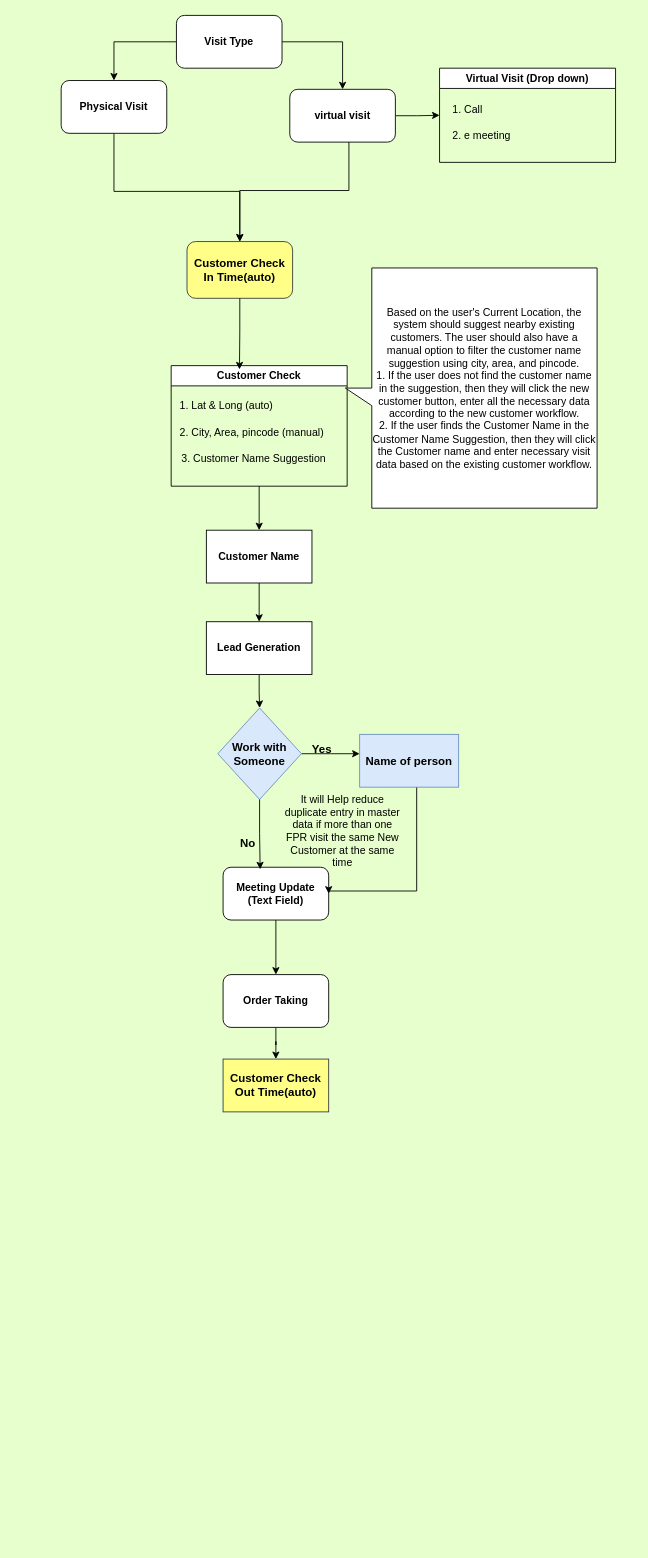
SBOSE550/Customer-Visit-Data-Collection-Form keeps this draw.io diagram as page "Visit Capture" (6 of 8) of customer visit workflow.drawio. Above is the earlier version. Source tidied: cells renumbered, new cells numbered last; positions are measured from the earlier drawing's top-left corner, leaving out a move shared by most shapes. Both pictures are drawn from the tidied source at 88%, with x=0, y=0 at pixel (61, 15).
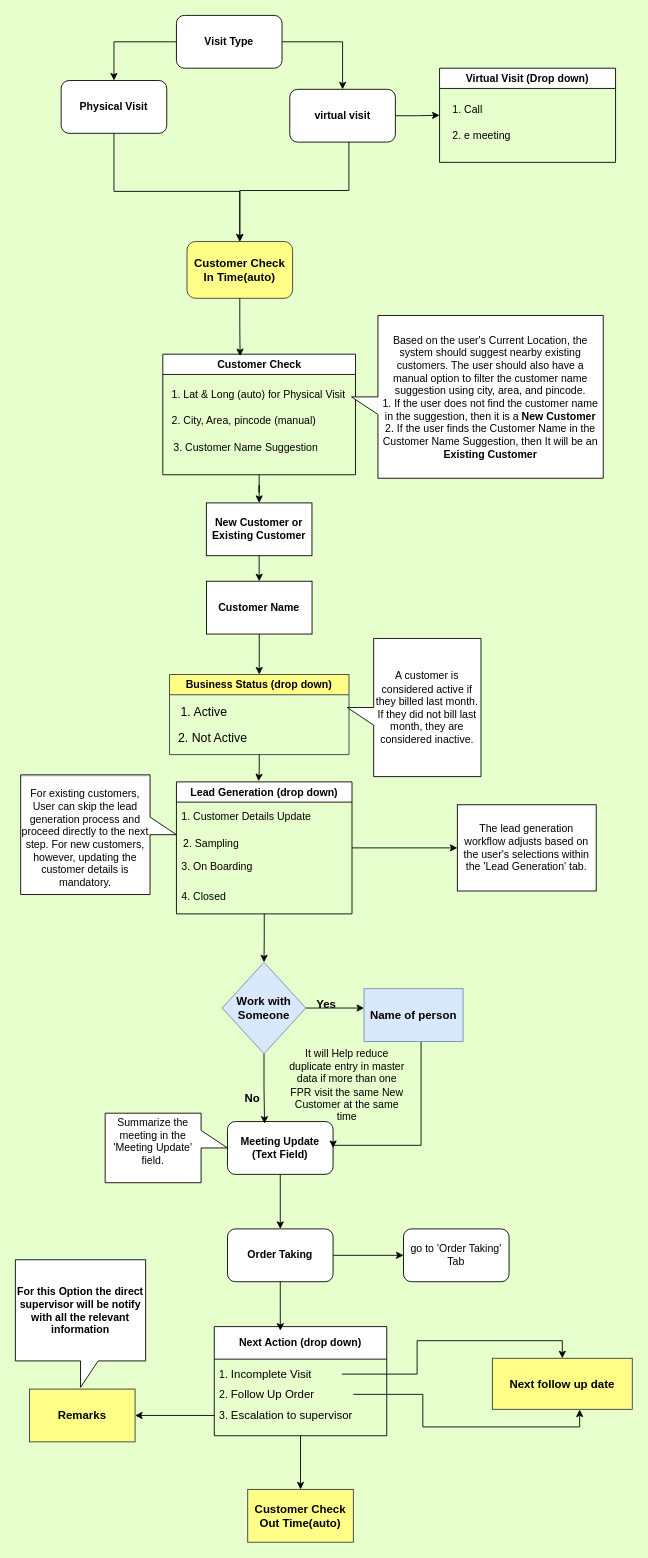
After the change.

Unchanged cells that the change refers to:
```xml
<mxCell id="23" value="Customer Check In Time(auto)" style="whiteSpace=wrap;html=1;rounded=1;fontSize=13;fontStyle=1;fillColor=#ffff88;strokeColor=#36393d;" parent="1" vertex="1">
  <mxGeometry x="143" y="257" width="120" height="64.5" as="geometry" />
</mxCell>
```

Change to the diagram source:
```diff
@@
-    <mxCell id="10" style="edgeStyle=orthogonalEdgeStyle;rounded=0;jettySize=auto;html=1;" parent="1" edge="1" source="11" target="13">
-      <mxGeometry relative="1" as="geometry" />
-    </mxCell>
-    <mxCell id="11" value="Meeting Update (Text Field)" style="rounded=1;whiteSpace=wrap;html=1;fontStyle=1;" parent="1" vertex="1">
-      <mxGeometry x="184" y="968" width="120" height="60" as="geometry" />
-    </mxCell>
-    <mxCell id="12" style="edgeStyle=orthogonalEdgeStyle;rounded=0;jettySize=auto;html=1;" parent="1" edge="1" source="13" target="32">
-      <mxGeometry relative="1" as="geometry" />
-    </mxCell>
-    <mxCell id="13" value="Order Taking" style="rounded=1;whiteSpace=wrap;html=1;fontStyle=1;" parent="1" vertex="1">
-      <mxGeometry x="184" y="1090" width="120" height="60" as="geometry" />
-    </mxCell>
@@
-    <mxCell id="17" style="edgeStyle=orthogonalEdgeStyle;rounded=0;jettySize=auto;html=1;" parent="1" edge="1" source="18" target="35">
-      <mxGeometry relative="1" as="geometry" />
-    </mxCell>
+    <mxCell id="38" style="edgeStyle=orthogonalEdgeStyle;rounded=0;jettySize=auto;html=1;" parent="1" edge="1" source="18" target="60">
+      <mxGeometry relative="1" as="geometry" />
+    </mxCell>
     <mxCell id="18" value="Customer Check" style="swimlane;whiteSpace=wrap;html=1;" parent="1" vertex="1">
-      <mxGeometry x="125" y="398" width="200" height="137" as="geometry" />
+      <mxGeometry x="115.5" y="385" width="219" height="137" as="geometry" />
     </mxCell>
-    <mxCell id="19" value="1. Lat &amp;amp; Long (auto)" style="text;strokeColor=none;fillColor=none;align=left;verticalAlign=middle;spacingLeft=4;spacingRight=4;overflow=hidden;whiteSpace=wrap;html=1;" parent="18" vertex="1">
-      <mxGeometry x="4" y="31" width="133" height="30" as="geometry" />
+    <mxCell id="19" value="1. Lat &amp;amp; Long (auto) for Physical Visit" style="text;strokeColor=none;fillColor=none;align=left;verticalAlign=middle;spacingLeft=4;spacingRight=4;overflow=hidden;whiteSpace=wrap;html=1;" parent="18" vertex="1">
+      <mxGeometry x="4" y="31" width="231" height="30" as="geometry" />
     </mxCell>
@@
-    <mxCell id="22" value="Based on the user's Current Location, the system should suggest nearby existing customers. The user should also have a manual option to filter the customer name suggestion using city, area, and pincode. &lt;br&gt;1. If the user does not find the customer name in the suggestion, then they will click the new customer button, enter all the necessary data according to the new customer workflow.&lt;div&gt;2. If the user finds the Customer Name in the Customer Name Suggestion, then they will click the Customer name and enter necessary visit data based on the existing customer workflow.&lt;/div&gt;" style="shape=callout;whiteSpace=wrap;html=1;perimeter=calloutPerimeter;direction=south;" parent="1" vertex="1">
-      <mxGeometry x="323" y="287" width="286" height="273" as="geometry" />
+    <mxCell id="22" value="Based on the user's Current Location, the system should suggest nearby existing customers. The user should also have a manual option to filter the customer name suggestion using city, area, and pincode. &lt;br&gt;1. If the user does not find the customer name in the suggestion, then it is a &lt;b&gt;New Customer&lt;/b&gt;&lt;div&gt;2. If the user finds the Customer Name in the Customer Name Suggestion, then It will be an &lt;b&gt;Existing Customer&lt;/b&gt;&lt;/div&gt;" style="shape=callout;whiteSpace=wrap;html=1;perimeter=calloutPerimeter;direction=south;" parent="1" vertex="1">
+      <mxGeometry x="330" y="341" width="286" height="185" as="geometry" />
     </mxCell>
@@
-    <mxCell id="24" style="edgeStyle=orthogonalEdgeStyle;rounded=0;jettySize=auto;html=1;entryX=0.388;entryY=0.031;entryDx=0;entryDy=0;entryPerimeter=0;" parent="1" edge="1" source="23" target="18">
-      <mxGeometry relative="1" as="geometry" />
-    </mxCell>
-    <mxCell id="25" style="edgeStyle=orthogonalEdgeStyle;rounded=0;jettySize=auto;html=1;" parent="1" edge="1" source="26">
-      <mxGeometry relative="1" as="geometry">
-        <mxPoint x="339.2" y="839" as="targetPoint" />
-      </mxGeometry>
-    </mxCell>
+    <mxCell id="39" style="edgeStyle=orthogonalEdgeStyle;rounded=0;jettySize=auto;html=1;" parent="1" edge="1" source="35" target="56">
+      <mxGeometry relative="1" as="geometry" />
+    </mxCell>
+    <mxCell id="35" value="Customer Name" style="whiteSpace=wrap;html=1;fontStyle=1;startSize=23;" parent="1" vertex="1">
+      <mxGeometry x="165.1" y="643" width="120" height="60" as="geometry" />
+    </mxCell>
+    <mxCell id="40" value="A customer is considered active if they billed last month. If they did not bill last month, they are considered inactive." style="shape=callout;whiteSpace=wrap;html=1;perimeter=calloutPerimeter;direction=south;" parent="1" vertex="1">
+      <mxGeometry x="325.1" y="708" width="152" height="157" as="geometry" />
+    </mxCell>
+    <mxCell id="10" style="edgeStyle=orthogonalEdgeStyle;rounded=0;jettySize=auto;html=1;" parent="1" edge="1" source="11" target="13">
+      <mxGeometry relative="1" as="geometry" />
+    </mxCell>
+    <mxCell id="11" value="Meeting Update (Text Field)" style="rounded=1;whiteSpace=wrap;html=1;fontStyle=1;" parent="1" vertex="1">
+      <mxGeometry x="189" y="1257" width="120" height="60" as="geometry" />
+    </mxCell>
+    <mxCell id="41" style="edgeStyle=orthogonalEdgeStyle;rounded=0;jettySize=auto;html=1;" parent="1" edge="1" source="13" target="72">
+      <mxGeometry relative="1" as="geometry" />
+    </mxCell>
+    <mxCell id="13" value="Order Taking" style="rounded=1;whiteSpace=wrap;html=1;fontStyle=1;" parent="1" vertex="1">
+      <mxGeometry x="189" y="1379" width="120" height="60" as="geometry" />
+    </mxCell>
+    <mxCell id="42" style="edgeStyle=orthogonalEdgeStyle;rounded=0;jettySize=auto;html=1;" parent="1" edge="1" source="26">
+      <mxGeometry relative="1" as="geometry">
+        <mxPoint x="344.2" y="1128" as="targetPoint" />
+      </mxGeometry>
+    </mxCell>
     <mxCell id="26" value="Work with Someone" style="rhombus;whiteSpace=wrap;html=1;fontSize=13;fillColor=#dae8fc;strokeColor=#6c8ebf;fontStyle=1;" parent="1" vertex="1">
-      <mxGeometry x="178" y="787" width="95" height="104" as="geometry" />
+      <mxGeometry x="183" y="1076" width="95" height="104" as="geometry" />
     </mxCell>
-    <mxCell id="27" style="edgeStyle=orthogonalEdgeStyle;rounded=0;jettySize=auto;html=1;entryX=1;entryY=0.5;entryDx=0;entryDy=0;" parent="1" edge="1" target="11">
-      <mxGeometry relative="1" as="geometry">
-        <mxPoint x="404" y="869" as="sourcePoint" />
-        <Array as="points">
-          <mxPoint x="404" y="995" />
-          <mxPoint x="304" y="995" />
-        </Array>
-      </mxGeometry>
-    </mxCell>
+    <mxCell id="43" style="edgeStyle=orthogonalEdgeStyle;rounded=0;jettySize=auto;html=1;entryX=1;entryY=0.5;entryDx=0;entryDy=0;" parent="1" edge="1" target="11">
+      <mxGeometry relative="1" as="geometry">
+        <mxPoint x="409" y="1158" as="sourcePoint" />
+        <Array as="points">
+          <mxPoint x="409" y="1284" />
+          <mxPoint x="309" y="1284" />
+        </Array>
+      </mxGeometry>
+    </mxCell>
     <mxCell id="28" value="Name of person" style="whiteSpace=wrap;html=1;fontSize=13;fillColor=#dae8fc;strokeColor=#6c8ebf;fontStyle=1;" parent="1" vertex="1">
-      <mxGeometry x="339.2" y="817" width="112.5" height="60" as="geometry" />
+      <mxGeometry x="344.2" y="1106" width="112.5" height="60" as="geometry" />
     </mxCell>
     <mxCell id="29" value="&lt;b&gt;&lt;font style=&quot;font-size: 13px;&quot;&gt;Yes&lt;/font&gt;&lt;/b&gt;" style="text;html=1;align=center;verticalAlign=middle;strokeColor=none;fillColor=none;" parent="1" vertex="1">
-      <mxGeometry x="275.8" y="820" width="40" height="28" as="geometry" />
+      <mxGeometry x="280.8" y="1109" width="40" height="28" as="geometry" />
     </mxCell>
     <mxCell id="30" value="&lt;b&gt;&lt;font style=&quot;font-size: 13px;&quot;&gt;No&lt;/font&gt;&lt;/b&gt;" style="text;html=1;align=center;verticalAlign=middle;strokeColor=none;fillColor=none;" parent="1" vertex="1">
-      <mxGeometry x="194.5" y="927" width="35" height="28" as="geometry" />
+      <mxGeometry x="199.5" y="1216" width="35" height="28" as="geometry" />
     </mxCell>
     <mxCell id="31" value="It will Help reduce duplicate entry in master data if more than one FPR visit the same New Customer at the same time" style="text;html=1;align=center;verticalAlign=middle;whiteSpace=wrap;rounded=0;" parent="1" vertex="1">
-      <mxGeometry x="251" y="888" width="138.2" height="77" as="geometry" />
+      <mxGeometry x="256" y="1177" width="138.2" height="77" as="geometry" />
     </mxCell>
+    <mxCell id="33" style="edgeStyle=orthogonalEdgeStyle;rounded=0;jettySize=auto;html=1;entryX=0.351;entryY=0.039;entryDx=0;entryDy=0;entryPerimeter=0;" parent="1" edge="1" source="26" target="11">
+      <mxGeometry relative="1" as="geometry" />
+    </mxCell>
+    <mxCell id="44" style="edgeStyle=orthogonalEdgeStyle;rounded=0;jettySize=auto;html=1;" parent="1" edge="1" source="45" target="32">
+      <mxGeometry relative="1" as="geometry" />
+    </mxCell>
+    <mxCell id="45" value="Next Action (drop down)" style="swimlane;whiteSpace=wrap;html=1;startSize=37;" parent="1" vertex="1">
+      <mxGeometry x="174" y="1490" width="196" height="124" as="geometry" />
+    </mxCell>
+    <mxCell id="46" value="1.&amp;nbsp;&lt;span style=&quot;font-size: 13px; text-align: center;&quot;&gt;Incomplete Visit&lt;/span&gt;" style="text;strokeColor=none;fillColor=none;align=left;verticalAlign=middle;spacingLeft=4;spacingRight=4;overflow=hidden;points=[[0,0.5],[1,0.5]];portConstraint=eastwest;whiteSpace=wrap;html=1;fontStyle=0;" parent="45" vertex="1">
+      <mxGeometry y="39" width="145" height="30" as="geometry" />
+    </mxCell>
+    <mxCell id="47" value="2.&amp;nbsp;&lt;span style=&quot;font-size: 13px; text-align: center;&quot;&gt;Follow Up Order&lt;/span&gt;" style="text;strokeColor=none;fillColor=none;align=left;verticalAlign=middle;spacingLeft=4;spacingRight=4;overflow=hidden;points=[[0,0.5],[1,0.5]];portConstraint=eastwest;whiteSpace=wrap;html=1;fontStyle=0;" parent="45" vertex="1">
+      <mxGeometry y="62" width="158" height="30" as="geometry" />
+    </mxCell>
+    <mxCell id="48" value="3.&amp;nbsp;&lt;span style=&quot;font-size: 13px; text-align: center;&quot;&gt;Escalation to supervisor&lt;/span&gt;" style="text;strokeColor=none;fillColor=none;align=left;verticalAlign=middle;spacingLeft=4;spacingRight=4;overflow=hidden;points=[[0,0.5],[1,0.5]];portConstraint=eastwest;whiteSpace=wrap;html=1;fontStyle=0;" parent="45" vertex="1">
+      <mxGeometry y="86" width="189" height="30" as="geometry" />
+    </mxCell>
+    <mxCell id="49" value="Next follow up date" style="whiteSpace=wrap;html=1;fontSize=13;fillColor=#ffff88;strokeColor=#36393d;fontStyle=1;" parent="1" vertex="1">
+      <mxGeometry x="490" y="1526" width="159" height="58" as="geometry" />
+    </mxCell>
+    <mxCell id="50" value="Remarks" style="whiteSpace=wrap;html=1;fontSize=13;fillColor=#ffff88;strokeColor=#36393d;fontStyle=1;" parent="1" vertex="1">
+      <mxGeometry x="-36" y="1561" width="120" height="60" as="geometry" />
+    </mxCell>
+    <mxCell id="51" style="edgeStyle=orthogonalEdgeStyle;rounded=0;jettySize=auto;html=1;entryX=0.5;entryY=0;entryDx=0;entryDy=0;" parent="1" edge="1" source="46" target="49">
+      <mxGeometry relative="1" as="geometry" />
+    </mxCell>
+    <mxCell id="52" style="edgeStyle=orthogonalEdgeStyle;rounded=0;jettySize=auto;html=1;entryX=0.624;entryY=1.005;entryDx=0;entryDy=0;entryPerimeter=0;" parent="1" edge="1" source="47" target="49">
+      <mxGeometry relative="1" as="geometry" />
+    </mxCell>
     <mxCell id="32" value="Customer Check Out Time(auto)" style="whiteSpace=wrap;html=1;fontSize=13;fontStyle=1;fillColor=#ffff88;strokeColor=#36393d;" parent="1" vertex="1">
-      <mxGeometry x="184" y="1186" width="120" height="60" as="geometry" />
+      <mxGeometry x="212" y="1675" width="120" height="60" as="geometry" />
     </mxCell>
-    <mxCell id="33" style="edgeStyle=orthogonalEdgeStyle;rounded=0;jettySize=auto;html=1;entryX=0.351;entryY=0.039;entryDx=0;entryDy=0;entryPerimeter=0;" parent="1" edge="1" source="26" target="11">
-      <mxGeometry relative="1" as="geometry" />
-    </mxCell>
-    <mxCell id="34" style="edgeStyle=orthogonalEdgeStyle;rounded=0;jettySize=auto;html=1;" parent="1" edge="1" source="35" target="37">
-      <mxGeometry relative="1" as="geometry" />
-    </mxCell>
-    <mxCell id="35" value="Customer Name" style="whiteSpace=wrap;html=1;fontStyle=1;startSize=23;" parent="1" vertex="1">
-      <mxGeometry x="165" y="585" width="120" height="60" as="geometry" />
-    </mxCell>
-    <mxCell id="36" style="edgeStyle=orthogonalEdgeStyle;rounded=0;jettySize=auto;html=1;" parent="1" edge="1" source="37" target="26">
-      <mxGeometry relative="1" as="geometry" />
-    </mxCell>
-    <mxCell id="37" value="Lead Generation" style="whiteSpace=wrap;html=1;fontStyle=1;startSize=23;" parent="1" vertex="1">
-      <mxGeometry x="165" y="689" width="120" height="60" as="geometry" />
-    </mxCell>
+    <mxCell id="53" style="edgeStyle=orthogonalEdgeStyle;rounded=0;jettySize=auto;html=1;entryX=0.383;entryY=0.037;entryDx=0;entryDy=0;entryPerimeter=0;" parent="1" edge="1" source="13" target="45">
+      <mxGeometry relative="1" as="geometry" />
+    </mxCell>
+    <mxCell id="54" style="edgeStyle=orthogonalEdgeStyle;rounded=0;jettySize=auto;html=1;" parent="1" edge="1" source="48" target="50">
+      <mxGeometry relative="1" as="geometry" />
+    </mxCell>
+    <mxCell id="55" value="&lt;b style=&quot;text-align: left;&quot;&gt;For this Option the direct supervisor will be notify with all the relevant information&lt;/b&gt;" style="shape=callout;whiteSpace=wrap;html=1;perimeter=calloutPerimeter;" parent="1" vertex="1">
+      <mxGeometry x="-52" y="1414" width="148" height="145" as="geometry" />
+    </mxCell>
+    <mxCell id="56" value="Business Status (drop down)" style="swimlane;whiteSpace=wrap;html=1;fillColor=#ffff88;strokeColor=#36393d;" parent="1" vertex="1">
+      <mxGeometry x="123.1" y="749" width="204" height="91" as="geometry" />
+    </mxCell>
+    <mxCell id="57" value="2. Not Active" style="text;html=1;align=center;verticalAlign=middle;strokeColor=none;fillColor=none;fontSize=14;" parent="56" vertex="1">
+      <mxGeometry y="57" width="97" height="29" as="geometry" />
+    </mxCell>
+    <mxCell id="58" value="1. Active" style="text;html=1;align=center;verticalAlign=middle;strokeColor=none;fillColor=none;fontSize=14;" parent="56" vertex="1">
+      <mxGeometry x="3" y="28" width="71" height="29" as="geometry" />
+    </mxCell>
+    <mxCell id="24" style="edgeStyle=orthogonalEdgeStyle;rounded=0;jettySize=auto;html=1;entryX=0.401;entryY=0.016;entryDx=0;entryDy=0;entryPerimeter=0;" parent="1" edge="1" source="23" target="18">
+      <mxGeometry relative="1" as="geometry" />
+    </mxCell>
+    <mxCell id="59" style="edgeStyle=orthogonalEdgeStyle;rounded=0;jettySize=auto;html=1;" parent="1" edge="1" source="60" target="35">
+      <mxGeometry relative="1" as="geometry" />
+    </mxCell>
+    <mxCell id="60" value="New Customer or Existing Customer" style="whiteSpace=wrap;html=1;fontStyle=1;startSize=23;" parent="1" vertex="1">
+      <mxGeometry x="165" y="554" width="120" height="60" as="geometry" />
+    </mxCell>
+    <mxCell id="61" value="&lt;hr&gt;&lt;p&gt;For existing customers, User can skip the lead generation process and proceed directly to the next step. For new customers, however, updating the customer details is mandatory.&lt;/p&gt;" style="shape=callout;whiteSpace=wrap;html=1;perimeter=calloutPerimeter;direction=north;" parent="1" vertex="1">
+      <mxGeometry x="-46" y="863" width="177" height="136" as="geometry" />
+    </mxCell>
+    <mxCell id="62" style="edgeStyle=orthogonalEdgeStyle;rounded=0;jettySize=auto;html=1;entryX=0.5;entryY=0;entryDx=0;entryDy=0;" parent="1" edge="1" source="64" target="26">
+      <mxGeometry relative="1" as="geometry" />
+    </mxCell>
+    <mxCell id="63" style="edgeStyle=orthogonalEdgeStyle;rounded=0;jettySize=auto;html=1;" parent="1" edge="1" source="64" target="70">
+      <mxGeometry relative="1" as="geometry" />
+    </mxCell>
+    <mxCell id="64" value="Lead Generation (drop down)" style="swimlane;whiteSpace=wrap;html=1;" parent="1" vertex="1">
+      <mxGeometry x="131" y="871" width="199.5" height="150" as="geometry" />
+    </mxCell>
+    <mxCell id="65" value="1. Customer Details Update" style="text;strokeColor=none;fillColor=none;align=left;verticalAlign=middle;spacingLeft=4;spacingRight=4;overflow=hidden;whiteSpace=wrap;html=1;" parent="64" vertex="1">
+      <mxGeometry y="25" width="159" height="30" as="geometry" />
+    </mxCell>
+    <mxCell id="66" value="2. Sampling" style="text;strokeColor=none;fillColor=none;align=left;verticalAlign=middle;spacingLeft=4;spacingRight=4;overflow=hidden;whiteSpace=wrap;html=1;" parent="64" vertex="1">
+      <mxGeometry x="2" y="55" width="159" height="30" as="geometry" />
+    </mxCell>
+    <mxCell id="67" value="3. On Boarding" style="text;strokeColor=none;fillColor=none;align=left;verticalAlign=middle;spacingLeft=4;spacingRight=4;overflow=hidden;whiteSpace=wrap;html=1;" parent="64" vertex="1">
+      <mxGeometry y="82" width="159" height="30" as="geometry" />
+    </mxCell>
+    <mxCell id="68" value="4. Closed" style="text;strokeColor=none;fillColor=none;align=left;verticalAlign=middle;spacingLeft=4;spacingRight=4;overflow=hidden;whiteSpace=wrap;html=1;" parent="64" vertex="1">
+      <mxGeometry y="116" width="159" height="30" as="geometry" />
+    </mxCell>
+    <mxCell id="69" style="edgeStyle=orthogonalEdgeStyle;rounded=0;jettySize=auto;html=1;entryX=0.467;entryY=-0.005;entryDx=0;entryDy=0;entryPerimeter=0;" parent="1" edge="1" source="56" target="64">
+      <mxGeometry relative="1" as="geometry" />
+    </mxCell>
+    <mxCell id="70" value="The lead generation workflow adjusts based on the user's selections within the 'Lead Generation' tab." style="whiteSpace=wrap;html=1;fontStyle=0;startSize=23;" parent="1" vertex="1">
+      <mxGeometry x="450.2" y="897" width="157.8" height="98" as="geometry" />
+    </mxCell>
+    <mxCell id="71" value="&#10;Summarize the meeting in the 'Meeting Update' field.&#10;&#10;" style="shape=callout;whiteSpace=wrap;html=1;perimeter=calloutPerimeter;direction=north;" parent="1" vertex="1">
+      <mxGeometry x="50" y="1247.5" width="139" height="79" as="geometry" />
+    </mxCell>
+    <mxCell id="72" value="&lt;span style=&quot;font-weight: normal;&quot;&gt;go to 'Order Taking' Tab&lt;/span&gt;" style="rounded=1;whiteSpace=wrap;html=1;fontStyle=1;" parent="1" vertex="1">
+      <mxGeometry x="389" y="1379" width="120" height="60" as="geometry" />
+    </mxCell>
```
